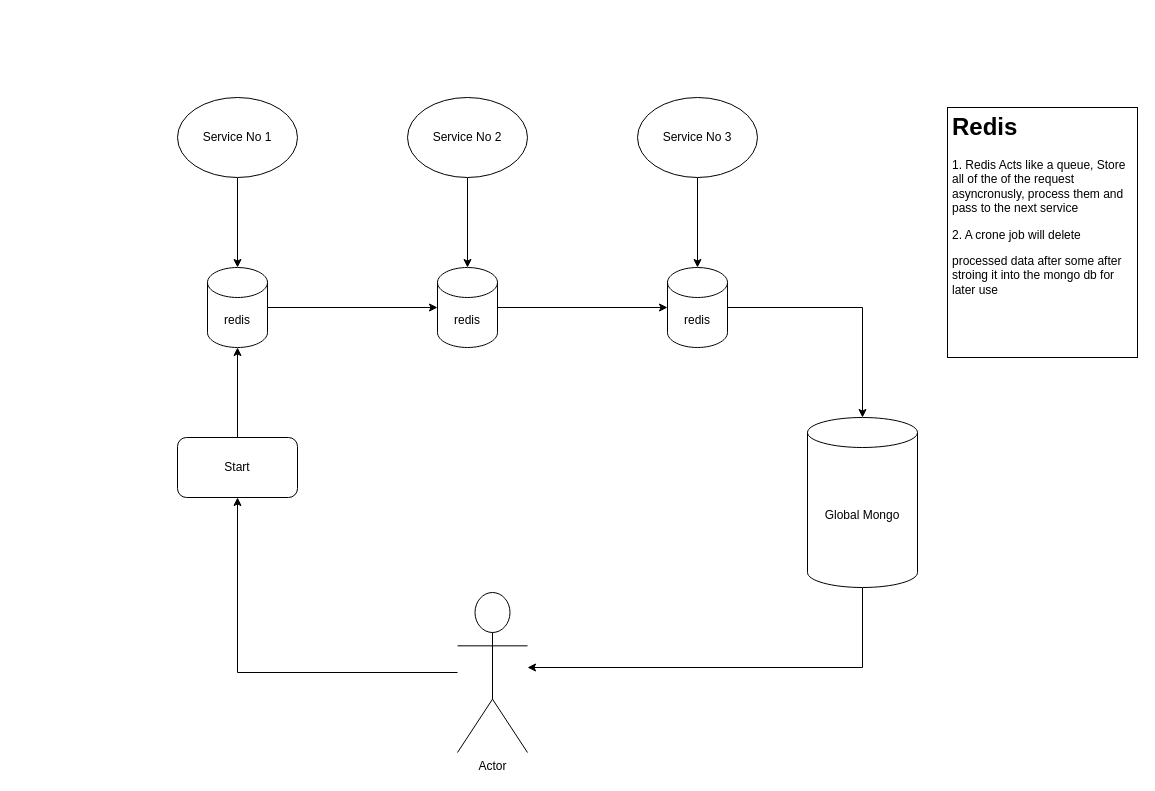
VisionOra/Skin-care keeps this draw.io diagram as architecture.drawio. Above is the earlier version. Source tidied: cells renumbered, new cells numbered last; positions are measured from the earlier drawing's top-left corner, leaving out a move shared by most shapes. Both pictures are drawn from the tidied source at 100%, with x=0, y=0 at pixel (177, 97).
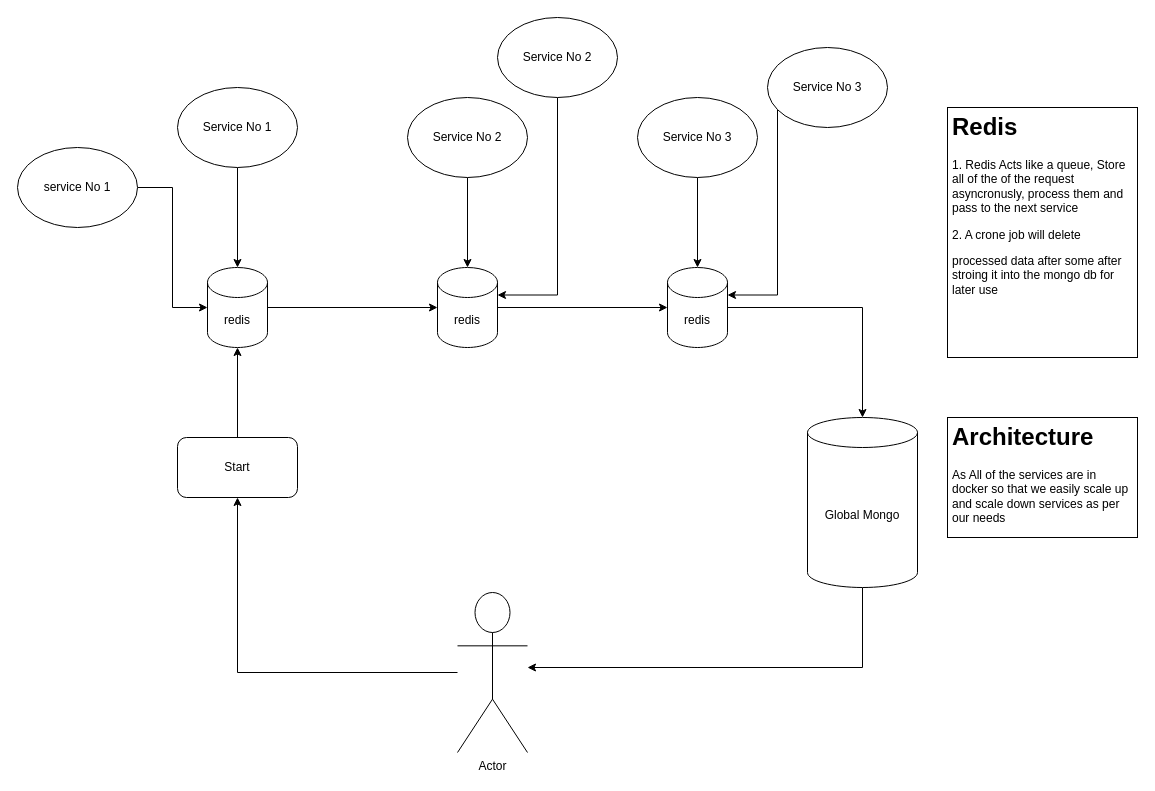
After the change.

Unchanged cells that the change refers to:
```xml
<mxCell id="9" value="redis" style="shape=cylinder3;whiteSpace=wrap;html=1;boundedLbl=1;backgroundOutline=1;size=15;" parent="1" vertex="1">
  <mxGeometry x="30" y="170" width="60" height="80" as="geometry" />
</mxCell>
<mxCell id="11" value="redis" style="shape=cylinder3;whiteSpace=wrap;html=1;boundedLbl=1;backgroundOutline=1;size=15;" parent="1" vertex="1">
  <mxGeometry x="260" y="170" width="60" height="80" as="geometry" />
</mxCell>
<mxCell id="13" value="redis" style="shape=cylinder3;whiteSpace=wrap;html=1;boundedLbl=1;backgroundOutline=1;size=15;" parent="1" vertex="1">
  <mxGeometry x="490" y="170" width="60" height="80" as="geometry" />
</mxCell>
```

The edit, as a diff of the source:
```diff
@@
     <mxCell id="3" value="Service No 1" style="ellipse;whiteSpace=wrap;html=1;" parent="1" vertex="1">
-      <mxGeometry width="120" height="80" as="geometry" />
+      <mxGeometry y="-10" width="120" height="80" as="geometry" />
     </mxCell>
@@
+    <mxCell id="21" style="edgeStyle=orthogonalEdgeStyle;rounded=0;jettySize=auto;html=1;entryX=0;entryY=0.5;entryDx=0;entryDy=0;entryPerimeter=0;" parent="1" edge="1" source="22" target="9">
+      <mxGeometry relative="1" as="geometry" />
+    </mxCell>
+    <mxCell id="22" value="service No 1" style="ellipse;whiteSpace=wrap;html=1;strokeColor=default;fillColor=default;" parent="1" vertex="1">
+      <mxGeometry x="-160" y="50" width="120" height="80" as="geometry" />
+    </mxCell>
+    <mxCell id="23" style="edgeStyle=orthogonalEdgeStyle;rounded=0;jettySize=auto;html=1;entryX=1;entryY=0;entryDx=0;entryDy=27.5;entryPerimeter=0;" parent="1" edge="1" source="24" target="11">
+      <mxGeometry relative="1" as="geometry" />
+    </mxCell>
+    <mxCell id="24" value="Service No 2" style="ellipse;whiteSpace=wrap;html=1;" parent="1" vertex="1">
+      <mxGeometry x="320" y="-80" width="120" height="80" as="geometry" />
+    </mxCell>
+    <mxCell id="25" style="edgeStyle=orthogonalEdgeStyle;rounded=0;jettySize=auto;html=1;entryX=1;entryY=0;entryDx=0;entryDy=27.5;entryPerimeter=0;" parent="1" edge="1" source="26" target="13">
+      <mxGeometry relative="1" as="geometry">
+        <Array as="points">
+          <mxPoint x="600" y="198" />
+        </Array>
+      </mxGeometry>
+    </mxCell>
+    <mxCell id="26" value="Service No 3&lt;br&gt;" style="ellipse;whiteSpace=wrap;html=1;" parent="1" vertex="1">
+      <mxGeometry x="590" y="-50" width="120" height="80" as="geometry" />
+    </mxCell>
+    <mxCell id="27" value="&lt;h1&gt;Architecture&amp;nbsp;&lt;/h1&gt;&lt;p&gt;As All of the services are in docker so that we easily scale up and scale down services as per our needs&lt;/p&gt;" style="text;html=1;strokeColor=default;fillColor=default;spacing=5;spacingTop=-20;whiteSpace=wrap;overflow=hidden;rounded=0;" parent="1" vertex="1">
+      <mxGeometry x="770" y="320" width="190" height="120" as="geometry" />
+    </mxCell>
```
